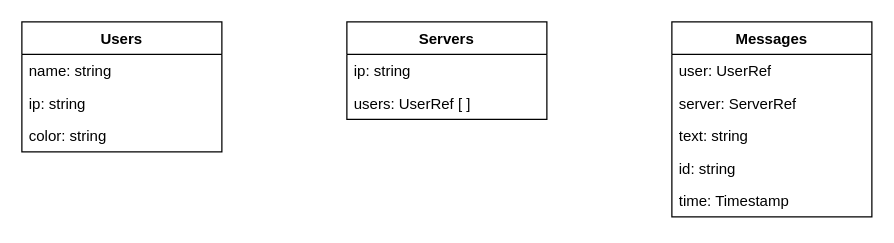
Earlier version of the draw.io diagram Chatterino_database_diagram.drawio (JakubTuta/Chatterino). Source tidied: cells renumbered, new cells numbered last; positions are measured from the earlier drawing's top-left corner, leaving out a move shared by most shapes. Both pictures are drawn from the tidied source at 125%, with x=0, y=0 at pixel (21, 21).
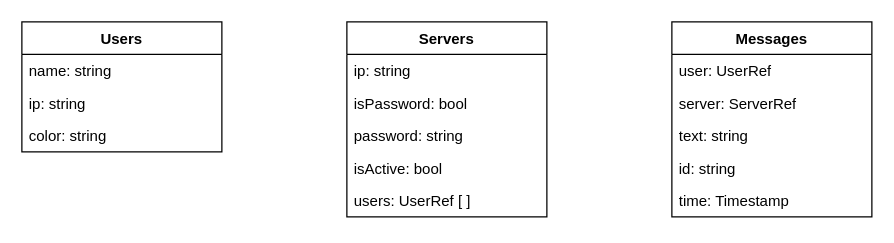
After the change.

Change to the diagram source:
```diff
@@
 <mxGraphModel>
   <root>
     <mxCell id="0" />
     <mxCell id="1" parent="0" />
     <mxCell id="2" value="Users" style="swimlane;fontStyle=1;align=center;verticalAlign=top;horizontal=1;startSize=26;whiteSpace=wrap;html=1;" parent="1" vertex="1">
       <mxGeometry width="160" height="104" as="geometry" />
     </mxCell>
     <mxCell id="3" value="name: string" style="text;strokeColor=none;fillColor=none;align=left;verticalAlign=top;spacingLeft=4;spacingRight=4;overflow=hidden;whiteSpace=wrap;html=1;" parent="2" vertex="1">
       <mxGeometry y="26" width="160" height="26" as="geometry" />
     </mxCell>
     <mxCell id="4" value="ip: string" style="text;strokeColor=none;fillColor=none;align=left;verticalAlign=top;spacingLeft=4;spacingRight=4;overflow=hidden;whiteSpace=wrap;html=1;" parent="2" vertex="1">
       <mxGeometry y="52" width="160" height="26" as="geometry" />
     </mxCell>
     <mxCell id="5" value="color: string" style="text;strokeColor=none;fillColor=none;align=left;verticalAlign=top;spacingLeft=4;spacingRight=4;overflow=hidden;whiteSpace=wrap;html=1;" parent="2" vertex="1">
       <mxGeometry y="78" width="160" height="26" as="geometry" />
     </mxCell>
     <mxCell id="6" value="Servers" style="swimlane;fontStyle=1;align=center;verticalAlign=top;horizontal=1;startSize=26;whiteSpace=wrap;html=1;" parent="1" vertex="1">
-      <mxGeometry x="260" width="160" height="78" as="geometry" />
+      <mxGeometry x="260" width="160" height="156" as="geometry" />
     </mxCell>
     <mxCell id="7" value="ip: string" style="text;strokeColor=none;fillColor=none;align=left;verticalAlign=top;spacingLeft=4;spacingRight=4;overflow=hidden;whiteSpace=wrap;html=1;" parent="6" vertex="1">
       <mxGeometry y="26" width="160" height="26" as="geometry" />
     </mxCell>
+    <mxCell id="15" value="isPassword: bool" style="text;strokeColor=none;fillColor=none;align=left;verticalAlign=top;spacingLeft=4;spacingRight=4;overflow=hidden;whiteSpace=wrap;html=1;" parent="6" vertex="1">
+      <mxGeometry y="52" width="160" height="26" as="geometry" />
+    </mxCell>
+    <mxCell id="16" value="password: string" style="text;strokeColor=none;fillColor=none;align=left;verticalAlign=top;spacingLeft=4;spacingRight=4;overflow=hidden;whiteSpace=wrap;html=1;" parent="6" vertex="1">
+      <mxGeometry y="78" width="160" height="26" as="geometry" />
+    </mxCell>
+    <mxCell id="17" value="isActive: bool" style="text;strokeColor=none;fillColor=none;align=left;verticalAlign=top;spacingLeft=4;spacingRight=4;overflow=hidden;whiteSpace=wrap;html=1;" parent="6" vertex="1">
+      <mxGeometry y="104" width="160" height="26" as="geometry" />
+    </mxCell>
     <mxCell id="8" value="users: UserRef [ ]" style="text;strokeColor=none;fillColor=none;align=left;verticalAlign=top;spacingLeft=4;spacingRight=4;overflow=hidden;whiteSpace=wrap;html=1;" parent="6" vertex="1">
-      <mxGeometry y="52" width="160" height="26" as="geometry" />
+      <mxGeometry y="130" width="160" height="26" as="geometry" />
     </mxCell>
     <mxCell id="9" value="Messages" style="swimlane;fontStyle=1;align=center;verticalAlign=top;horizontal=1;startSize=26;whiteSpace=wrap;html=1;" parent="1" vertex="1">
       <mxGeometry x="520" width="160" height="156" as="geometry" />
     </mxCell>
     <mxCell id="10" value="user: UserRef" style="text;strokeColor=none;fillColor=none;align=left;verticalAlign=top;spacingLeft=4;spacingRight=4;overflow=hidden;whiteSpace=wrap;html=1;" parent="9" vertex="1">
       <mxGeometry y="26" width="160" height="26" as="geometry" />
     </mxCell>
     <mxCell id="11" value="server: ServerRef" style="text;strokeColor=none;fillColor=none;align=left;verticalAlign=top;spacingLeft=4;spacingRight=4;overflow=hidden;whiteSpace=wrap;html=1;" parent="9" vertex="1">
       <mxGeometry y="52" width="160" height="26" as="geometry" />
     </mxCell>
     <mxCell id="12" value="text: string" style="text;strokeColor=none;fillColor=none;align=left;verticalAlign=top;spacingLeft=4;spacingRight=4;overflow=hidden;whiteSpace=wrap;html=1;" parent="9" vertex="1">
       <mxGeometry y="78" width="160" height="26" as="geometry" />
     </mxCell>
     <mxCell id="13" value="id: string" style="text;strokeColor=none;fillColor=none;align=left;verticalAlign=top;spacingLeft=4;spacingRight=4;overflow=hidden;whiteSpace=wrap;html=1;" parent="9" vertex="1">
       <mxGeometry y="104" width="160" height="26" as="geometry" />
     </mxCell>
     <mxCell id="14" value="time: Timestamp" style="text;strokeColor=none;fillColor=none;align=left;verticalAlign=top;spacingLeft=4;spacingRight=4;overflow=hidden;whiteSpace=wrap;html=1;" parent="9" vertex="1">
       <mxGeometry y="130" width="160" height="26" as="geometry" />
     </mxCell>
   </root>
 </mxGraphModel>
```
